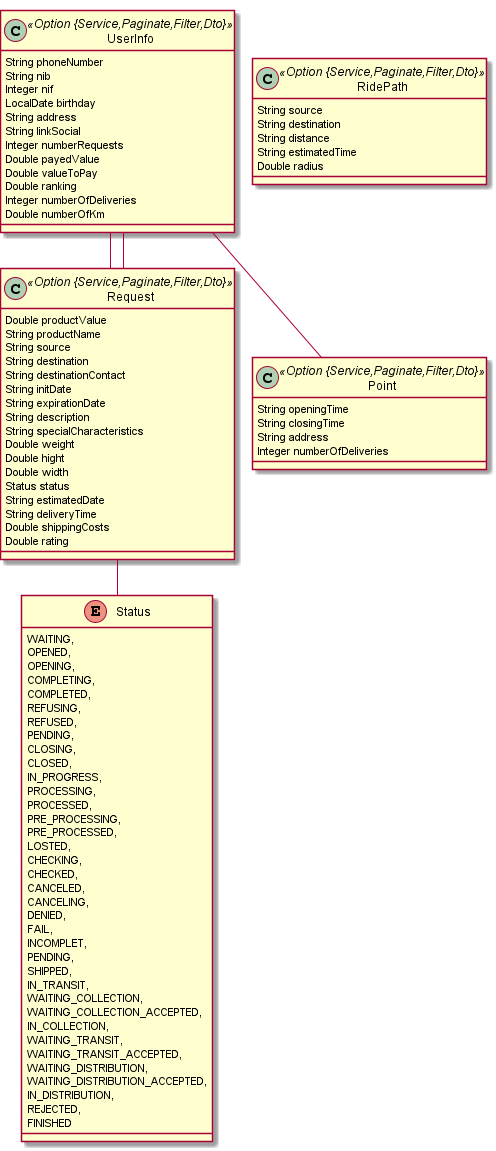
This is LEBApp_Server/domainSchema.png from MoscaLCC/LEBApp, a PlantUML export, as it was before one commit. Its diagram source:
```plantuml
@startuml
	!pragma graphviz_dot jdot
	!pragma syntax class
	class Request <<Option {Service,Paginate,Filter,Dto}>> {
		Double productValue
		String productName
		String source
		String destination
		String destinationContact
		String initDate
		String expirationDate
		String description
		String specialCharacteristics
		Double weight
		Double hight
		Double width
		Status status
		String estimatedDate
		String deliveryTime
		Double shippingCosts
		Double rating
	}
	Request ..> Status
	class UserInfo <<Option {Service,Paginate,Filter,Dto}>> {
		String phoneNumber
		String nib
		Integer nif
		LocalDate birthday
		String address
		String linkSocial
		Integer numberRequests
		Double payedValue
		Double valueToPay
		Double ranking
		Integer numberOfDeliveries
		Double numberOfKm
	}
	class RidePath <<Option {Service,Paginate,Filter,Dto}>> {
		String source
		String destination
		String distance
		String estimatedTime
		Double radius
	}
	class Point <<Option {Service,Paginate,Filter,Dto}>> {
		String openingTime
		String closingTime
		String address
		Integer numberOfDeliveries
	}
	UserInfo  "requests 0..1 " --o "ownerRequest  1..* "  Request
	UserInfo  "transportations 0..1 " --o "tranporter 0..* "  Request
	UserInfo  "0..1 " --o "ownerPoint  1..* "  Point
	enum Status {
		WAITING,
		OPENED,
		OPENING,
		COMPLETING,
		COMPLETED,
		REFUSING,
		REFUSED,
		PENDING,
		CLOSING,
		CLOSED,
		IN_PROGRESS,
		PROCESSING,
		PROCESSED,
		PRE_PROCESSING,
		PRE_PROCESSED,
		LOSTED,
		CHECKING,
		CHECKED,
		CANCELED,
		CANCELING,
		DENIED,
		FAIL,
		INCOMPLET,
		PENDING,
		SHIPPED,
		IN_TRANSIT,
		WAITING_COLLECTION,
		WAITING_COLLECTION_ACCEPTED,
		IN_COLLECTION,
		WAITING_TRANSIT,
		WAITING_TRANSIT_ACCEPTED,
		WAITING_DISTRIBUTION,
		WAITING_DISTRIBUTION_ACCEPTED,
		IN_DISTRIBUTION,
		REJECTED,
		FINISHED
	}
@enduml
```
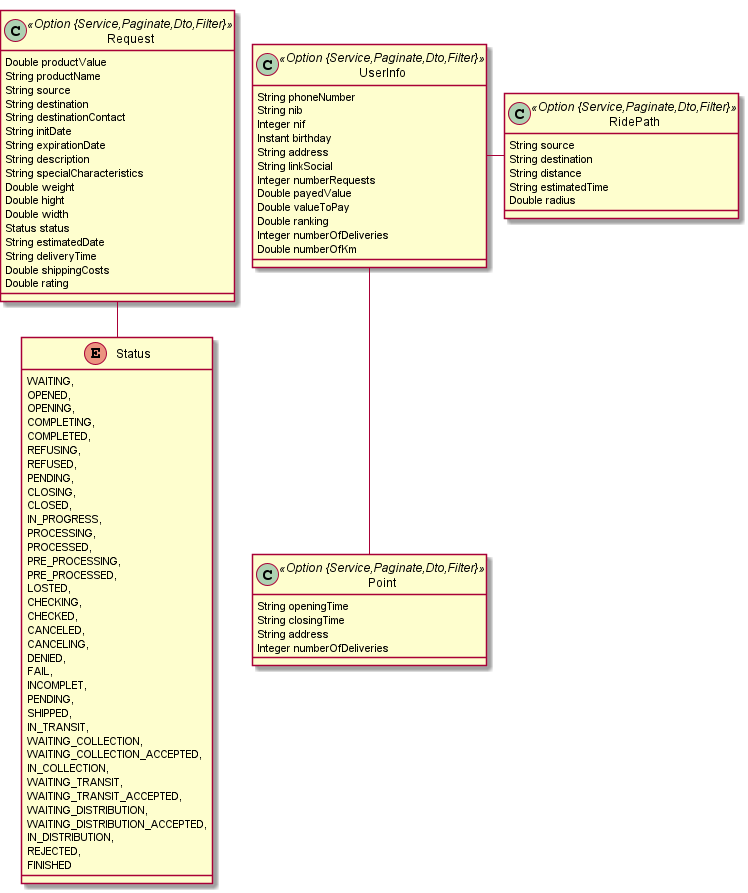
The same diagram one commit later.

Change to the diagram source:
```diff
@@ -1,7 +1,7 @@
 @startuml
 	!pragma graphviz_dot jdot
 	!pragma syntax class
-	class Request <<Option {Service,Paginate,Filter,Dto}>> {
+	class Request <<Option {Service,Paginate,Dto,Filter}>> {
 		Double productValue
 		String productName
 		String source
@@ -21,11 +21,11 @@
 		Double rating
 	}
 	Request ..> Status
-	class UserInfo <<Option {Service,Paginate,Filter,Dto}>> {
+	class UserInfo <<Option {Service,Paginate,Dto,Filter}>> {
 		String phoneNumber
 		String nib
 		Integer nif
-		LocalDate birthday
+		Instant birthday
 		String address
 		String linkSocial
 		Integer numberRequests
@@ -35,22 +35,19 @@
 		Integer numberOfDeliveries
 		Double numberOfKm
 	}
-	class RidePath <<Option {Service,Paginate,Filter,Dto}>> {
+	class RidePath <<Option {Service,Paginate,Dto,Filter}>> {
 		String source
 		String destination
 		String distance
 		String estimatedTime
 		Double radius
 	}
-	class Point <<Option {Service,Paginate,Filter,Dto}>> {
+	class Point <<Option {Service,Paginate,Dto,Filter}>> {
 		String openingTime
 		String closingTime
 		String address
 		Integer numberOfDeliveries
 	}
-	UserInfo  "requests 0..1 " --o "ownerRequest  1..* "  Request
-	UserInfo  "transportations 0..1 " --o "tranporter 0..* "  Request
-	UserInfo  "0..1 " --o "ownerPoint  1..* "  Point
 	enum Status {
 		WAITING,
 		OPENED,
```
